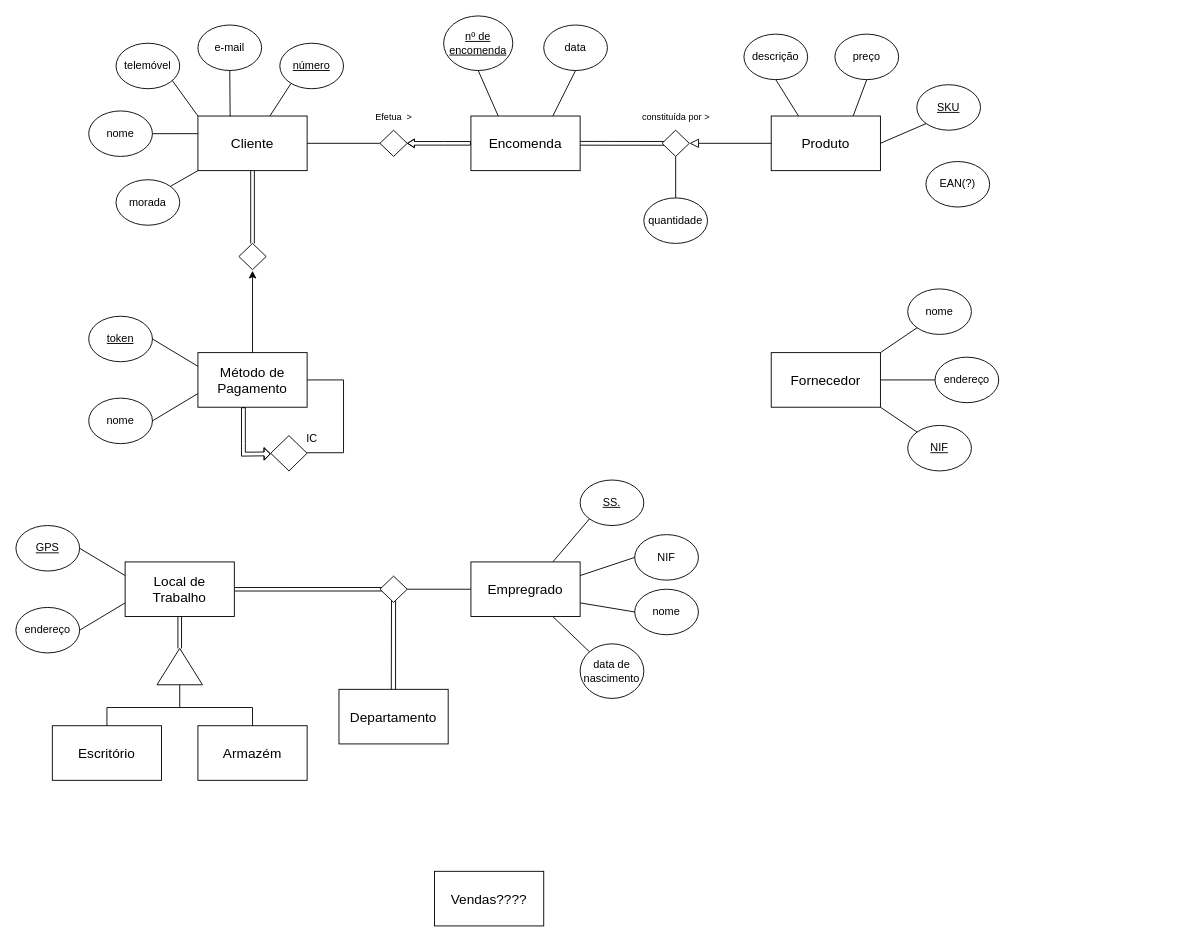
Above: Diagrama sem nome.drawio in GreenMemory16/BD-2022-2023 (draw.io), before the change. Source tidied: cells renumbered, new cells numbered last; positions are measured from the earlier drawing's top-left corner, leaving out a move shared by most shapes. Both pictures are drawn from the tidied source at 91%, with x=0, y=0 at pixel (15, 15).
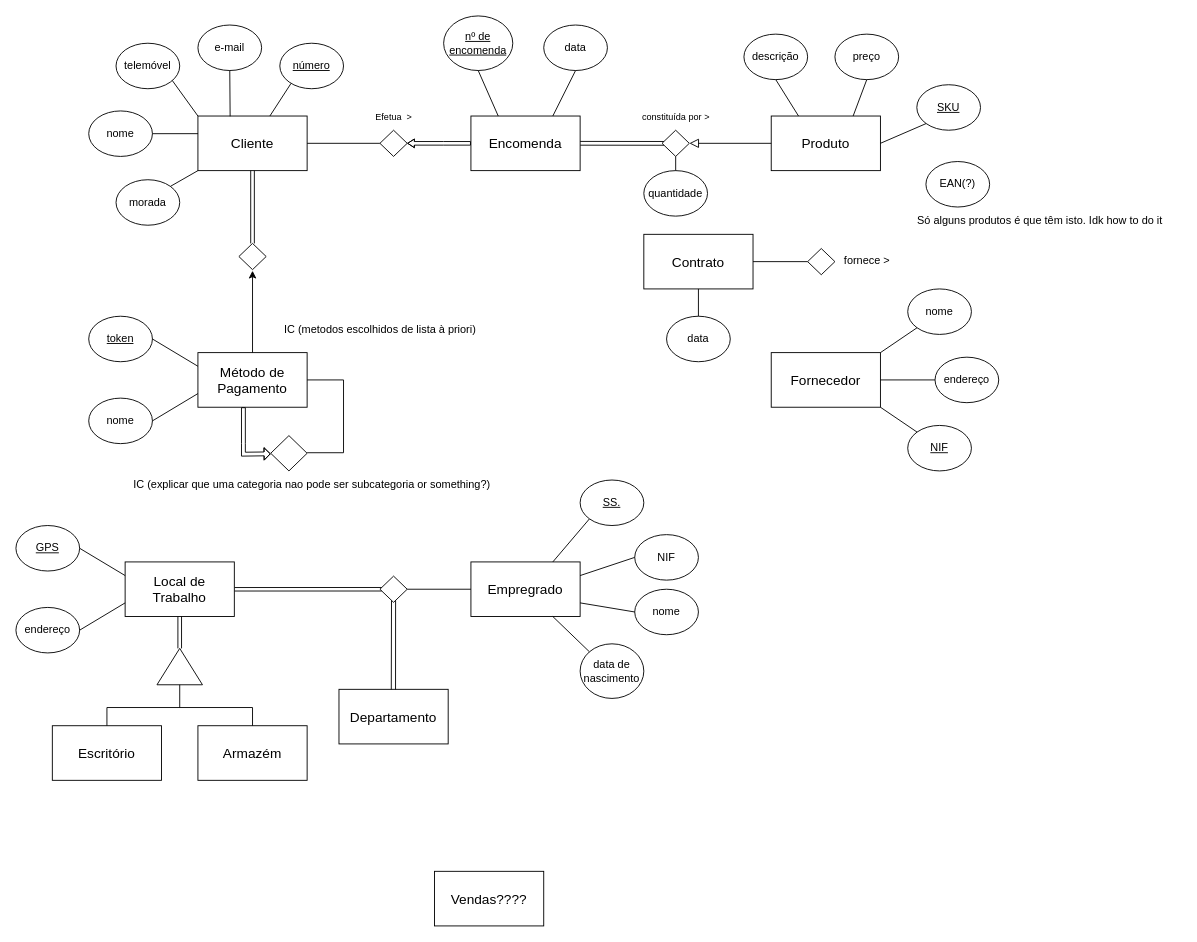
After the change.

Commit message:
coisas soltas

Change to the diagram source:
```diff
@@
-    <mxCell id="85" value="IC" style="text;html=1;align=center;verticalAlign=middle;strokeColor=none;fillColor=none;" parent="1" vertex="1">
-      <mxGeometry x="305" y="450" width="40" height="30" as="geometry" />
+    <mxCell id="85" value="IC (explicar que uma categoria nao pode ser subcategoria or something?)" style="text;html=1;align=center;verticalAlign=middle;strokeColor=none;fillColor=none;" parent="1" vertex="1">
+      <mxGeometry x="105" y="500" width="440" height="30" as="geometry" />
     </mxCell>
     <mxCell id="86" value="quantidade" style="ellipse;whiteSpace=wrap;html=1;" parent="1" vertex="1">
-      <mxGeometry x="690" y="200" width="70" height="50" as="geometry" />
+      <mxGeometry x="690" y="170" width="70" height="50" as="geometry" />
     </mxCell>
@@
+    <mxCell id="88" value="IC (metodos escolhidos de lista à priori)" style="text;html=1;align=center;verticalAlign=middle;strokeColor=none;fillColor=none;" parent="1" vertex="1">
+      <mxGeometry x="275" y="330" width="250" height="30" as="geometry" />
+    </mxCell>
+    <mxCell id="89" value="Só alguns produtos é que têm isto. Idk how to do it" style="text;html=1;align=center;verticalAlign=middle;strokeColor=none;fillColor=none;" parent="1" vertex="1">
+      <mxGeometry x="970" y="210" width="310" height="30" as="geometry" />
+    </mxCell>
+    <mxCell id="90" style="rhombus;whiteSpace=wrap;html=1;" parent="1" vertex="1">
+      <mxGeometry x="870" y="255.6" width="30" height="28.8" as="geometry" />
+    </mxCell>
+    <mxCell id="91" style="endArrow=none;html=1;rounded=0;entryX=0;entryY=0.5;entryDx=0;entryDy=0;exitX=1;exitY=0.5;exitDx=0;exitDy=0;" parent="1" edge="1" source="93" target="90">
+      <mxGeometry relative="1" as="geometry" />
+    </mxCell>
+    <mxCell id="92" value="fornece &amp;gt;" style="text;html=1;align=center;verticalAlign=middle;strokeColor=none;fillColor=none;" parent="1" vertex="1">
+      <mxGeometry x="895" y="254.4" width="80" height="30" as="geometry" />
+    </mxCell>
+    <mxCell id="93" value="&lt;font style=&quot;font-size: 15px;&quot;&gt;Contrato&lt;/font&gt;" style="rounded=0;whiteSpace=wrap;html=1;" parent="1" vertex="1">
+      <mxGeometry x="690" y="240" width="120" height="60" as="geometry" />
+    </mxCell>
+    <mxCell id="94" value="data" style="ellipse;whiteSpace=wrap;html=1;" parent="1" vertex="1">
+      <mxGeometry x="715" y="330" width="70" height="50" as="geometry" />
+    </mxCell>
+    <mxCell id="95" style="endArrow=none;html=1;rounded=0;exitX=0.5;exitY=0;exitDx=0;exitDy=0;entryX=0.5;entryY=1;entryDx=0;entryDy=0;" parent="1" edge="1" source="94" target="93">
+      <mxGeometry relative="1" as="geometry" />
+    </mxCell>
```
